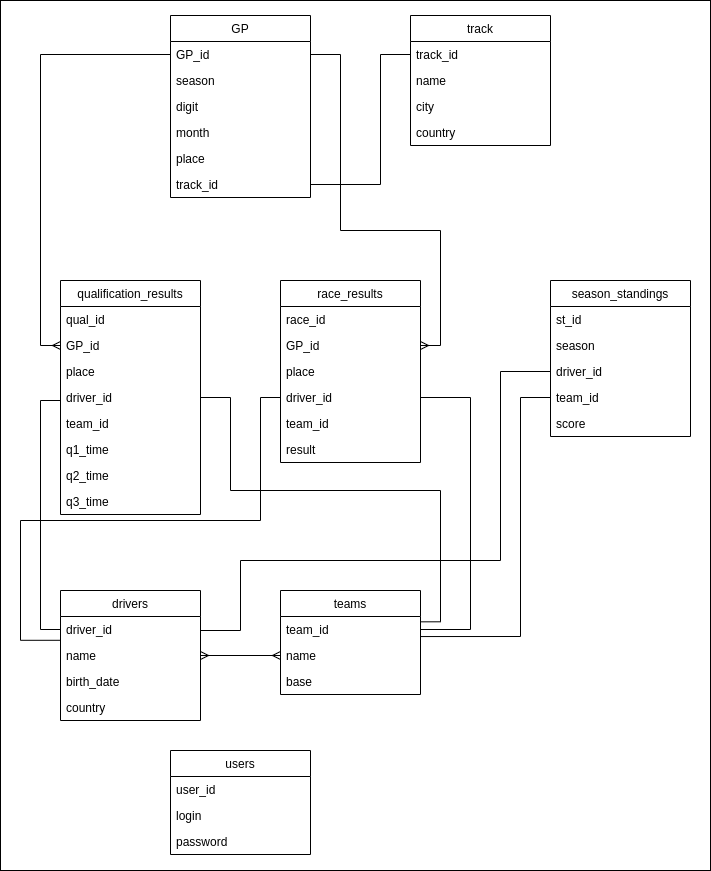
This is img/db.png from SweetBloody/bmstu_web, a draw.io export, as it was before one commit. Source tidied: cells renumbered, new cells last; positions are measured from the earlier drawing's top-left corner, leaving out a move shared by most shapes.
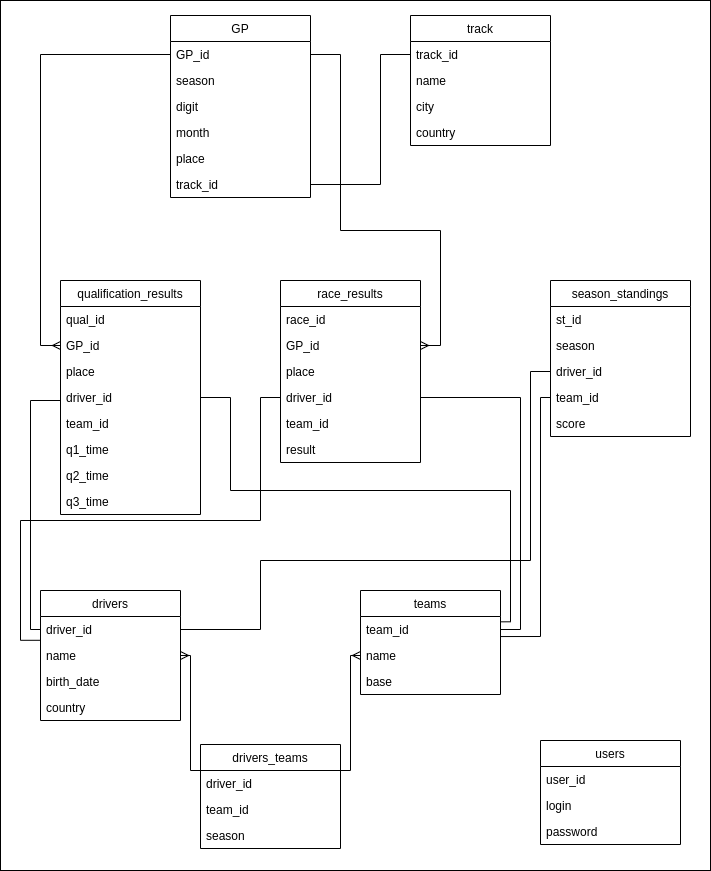
The same diagram one commit later.

The edit, as a diff of the source:
```diff
@@ -75,7 +75,7 @@
       <mxGeometry y="156" width="140" height="26" as="geometry" />
     </mxCell>
     <mxCell id="26" value="drivers" style="swimlane;fontStyle=0;horizontal=1;startSize=26;fillColor=none;" parent="1" vertex="1">
-      <mxGeometry x="60" y="590" width="140" height="130" as="geometry" />
+      <mxGeometry x="40" y="590" width="140" height="130" as="geometry" />
     </mxCell>
     <mxCell id="27" value="driver_id" style="text;strokeColor=none;fillColor=none;align=left;verticalAlign=top;spacingLeft=4;spacingRight=4;overflow=hidden;points=[[0,0.5],[1,0.5]];portConstraint=eastwest;" parent="26" vertex="1">
       <mxGeometry y="26" width="140" height="26" as="geometry" />
@@ -90,7 +90,7 @@
       <mxGeometry y="104" width="140" height="26" as="geometry" />
     </mxCell>
     <mxCell id="31" value="teams" style="swimlane;fontStyle=0;horizontal=1;startSize=26;fillColor=none;" parent="1" vertex="1">
-      <mxGeometry x="280" y="590" width="140" height="104" as="geometry" />
+      <mxGeometry x="360" y="590" width="140" height="104" as="geometry" />
     </mxCell>
     <mxCell id="32" value="team_id" style="text;strokeColor=none;fillColor=none;align=left;verticalAlign=top;spacingLeft=4;spacingRight=4;overflow=hidden;points=[[0,0.5],[1,0.5]];portConstraint=eastwest;" parent="31" vertex="1">
       <mxGeometry y="26" width="140" height="26" as="geometry" />
@@ -110,7 +110,14 @@
       </mxGeometry>
     </mxCell>
     <mxCell id="36" style="edgeStyle=orthogonalEdgeStyle;fontSize=12;html=1;endArrow=ERmany;startArrow=ERmany;rounded=0;exitX=1;exitY=0.5;exitDx=0;exitDy=0;entryX=0;entryY=0.5;entryDx=0;entryDy=0;" parent="1" edge="1" source="28" target="33">
-      <mxGeometry relative="1" as="geometry" />
+      <mxGeometry relative="1" as="geometry">
+        <Array as="points">
+          <mxPoint x="190" y="655" />
+          <mxPoint x="190" y="770" />
+          <mxPoint x="350" y="770" />
+          <mxPoint x="350" y="655" />
+        </Array>
+      </mxGeometry>
     </mxCell>
     <mxCell id="37" value="track" style="swimlane;fontStyle=0;horizontal=1;startSize=26;fillColor=none;" parent="1" vertex="1">
       <mxGeometry x="410" y="15" width="140" height="130" as="geometry" />
@@ -148,8 +155,8 @@
     <mxCell id="44" style="endArrow=none;html=1;rounded=0;entryX=0;entryY=0.5;entryDx=0;entryDy=0;exitX=0;exitY=0.5;exitDx=0;exitDy=0;edgeStyle=orthogonalEdgeStyle;" parent="1" edge="1" source="27" target="14">
       <mxGeometry relative="1" as="geometry">
         <Array as="points">
-          <mxPoint x="40" y="629" />
-          <mxPoint x="40" y="400" />
+          <mxPoint x="30" y="629" />
+          <mxPoint x="30" y="400" />
           <mxPoint x="60" y="400" />
         </Array>
       </mxGeometry>
@@ -167,23 +174,25 @@
     <mxCell id="46" style="endArrow=none;html=1;rounded=0;exitX=0.998;exitY=0.205;exitDx=0;exitDy=0;edgeStyle=orthogonalEdgeStyle;entryX=1;entryY=0.5;entryDx=0;entryDy=0;exitPerimeter=0;" parent="1" edge="1" source="32" target="15">
       <mxGeometry relative="1" as="geometry">
         <Array as="points">
-          <mxPoint x="440" y="621" />
-          <mxPoint x="440" y="490" />
+          <mxPoint x="510" y="621" />
+          <mxPoint x="510" y="490" />
           <mxPoint x="230" y="490" />
           <mxPoint x="230" y="397" />
+          <mxPoint x="200" y="397" />
         </Array>
       </mxGeometry>
     </mxCell>
     <mxCell id="47" style="endArrow=none;html=1;rounded=0;entryX=1;entryY=0.5;entryDx=0;entryDy=0;exitX=1;exitY=0.5;exitDx=0;exitDy=0;edgeStyle=orthogonalEdgeStyle;" parent="1" edge="1" source="32" target="24">
       <mxGeometry relative="1" as="geometry">
         <Array as="points">
-          <mxPoint x="470" y="629" />
-          <mxPoint x="470" y="397" />
+          <mxPoint x="520" y="629" />
+          <mxPoint x="520" y="397" />
+          <mxPoint x="420" y="397" />
         </Array>
       </mxGeometry>
     </mxCell>
     <mxCell id="48" value="users" style="swimlane;fontStyle=0;horizontal=1;startSize=26;fillColor=none;" parent="1" vertex="1">
-      <mxGeometry x="170" y="750" width="140" height="104" as="geometry" />
+      <mxGeometry x="540" y="740" width="140" height="104" as="geometry" />
     </mxCell>
     <mxCell id="49" value="user_id" style="text;strokeColor=none;fillColor=none;align=left;verticalAlign=top;spacingLeft=4;spacingRight=4;overflow=hidden;" parent="48" vertex="1">
       <mxGeometry y="26" width="140" height="26" as="geometry" />
@@ -215,21 +224,32 @@
     <mxCell id="58" style="endArrow=none;html=1;rounded=0;exitX=1;exitY=0.5;exitDx=0;exitDy=0;edgeStyle=orthogonalEdgeStyle;entryX=0;entryY=0.5;entryDx=0;entryDy=0;" parent="1" edge="1" source="27" target="55">
       <mxGeometry relative="1" as="geometry">
         <Array as="points">
-          <mxPoint x="200" y="630" />
-          <mxPoint x="240" y="630" />
-          <mxPoint x="240" y="560" />
-          <mxPoint x="500" y="560" />
-          <mxPoint x="500" y="371" />
+          <mxPoint x="260" y="629" />
+          <mxPoint x="260" y="560" />
+          <mxPoint x="530" y="560" />
+          <mxPoint x="530" y="371" />
         </Array>
       </mxGeometry>
     </mxCell>
     <mxCell id="59" style="endArrow=none;html=1;rounded=0;exitX=0.997;exitY=0.771;exitDx=0;exitDy=0;edgeStyle=orthogonalEdgeStyle;entryX=0;entryY=0.5;entryDx=0;entryDy=0;exitPerimeter=0;" parent="1" edge="1" source="32" target="56">
       <mxGeometry relative="1" as="geometry">
         <Array as="points">
-          <mxPoint x="520" y="636" />
-          <mxPoint x="520" y="397" />
+          <mxPoint x="540" y="636" />
+          <mxPoint x="540" y="397" />
         </Array>
       </mxGeometry>
     </mxCell>
+    <mxCell id="60" value="drivers_teams" style="swimlane;fontStyle=0;horizontal=1;startSize=26;fillColor=none;" parent="1" vertex="1">
+      <mxGeometry x="200" y="744" width="140" height="104" as="geometry" />
+    </mxCell>
+    <mxCell id="61" value="driver_id" style="text;strokeColor=none;fillColor=none;align=left;verticalAlign=top;spacingLeft=4;spacingRight=4;overflow=hidden;" parent="60" vertex="1">
+      <mxGeometry y="26" width="140" height="26" as="geometry" />
+    </mxCell>
+    <mxCell id="62" value="team_id" style="text;strokeColor=none;fillColor=none;align=left;verticalAlign=top;spacingLeft=4;spacingRight=4;overflow=hidden;" parent="60" vertex="1">
+      <mxGeometry y="52" width="140" height="26" as="geometry" />
+    </mxCell>
+    <mxCell id="63" value="season" style="text;strokeColor=none;fillColor=none;align=left;verticalAlign=top;spacingLeft=4;spacingRight=4;overflow=hidden;" parent="60" vertex="1">
+      <mxGeometry y="78" width="140" height="26" as="geometry" />
+    </mxCell>
   </root>
 </mxGraphModel>
```
